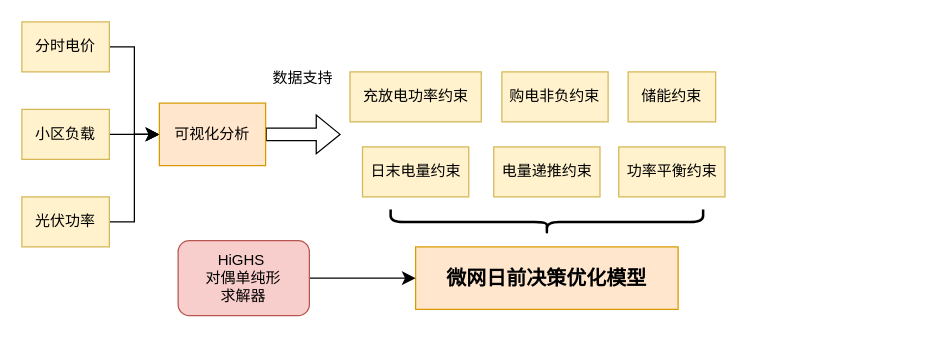
Above: page "第 1 页" (1 of 4) of 国赛绘图.drawio in xinlanzi/Induisal-design (draw.io), before the change. Source tidied: cells renumbered, new cells numbered last; positions are measured from the earlier drawing's top-left corner, leaving out a move shared by most shapes. Both pictures are drawn from the tidied source at 125%, with x=0, y=0 at pixel (21, 21).
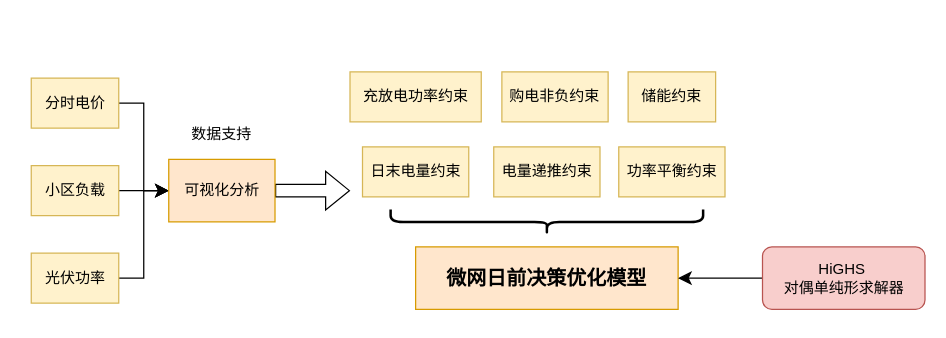
The same diagram, later.

The change refers to these unchanged cells:
```xml
<mxCell id="17" value="&lt;b&gt;&lt;font style=&quot;font-size: 16px;&quot;&gt;微网日前决策优化模型&lt;/font&gt;&lt;/b&gt;" style="rounded=0;whiteSpace=wrap;html=1;fillColor=#ffe6cc;strokeColor=#d79b00;" parent="1" vertex="1">
  <mxGeometry x="315" y="180" width="210" height="50" as="geometry" />
</mxCell>
```

The edit, as a diff of the source:
```diff
@@
     <mxCell id="3" value="分时电价" style="rounded=0;whiteSpace=wrap;html=1;fillColor=#fff2cc;strokeColor=#d6b656;" parent="1" vertex="1">
-      <mxGeometry width="70" height="40" as="geometry" />
+      <mxGeometry x="7.5" y="45" width="70" height="40" as="geometry" />
     </mxCell>
@@
     <mxCell id="5" value="小区负载" style="rounded=0;whiteSpace=wrap;html=1;fillColor=#fff2cc;strokeColor=#d6b656;" parent="1" vertex="1">
-      <mxGeometry y="70" width="70" height="40" as="geometry" />
+      <mxGeometry x="7.5" y="115" width="70" height="40" as="geometry" />
     </mxCell>
@@
     <mxCell id="7" value="光伏功率" style="rounded=0;whiteSpace=wrap;html=1;fillColor=#fff2cc;strokeColor=#d6b656;" parent="1" vertex="1">
-      <mxGeometry y="140" width="70" height="40" as="geometry" />
+      <mxGeometry x="7.5" y="185" width="70" height="40" as="geometry" />
     </mxCell>
     <mxCell id="8" style="edgeStyle=none;curved=1;rounded=0;jettySize=auto;html=1;exitX=1;exitY=0.5;exitDx=0;exitDy=0;fontSize=12;shape=flexArrow;" parent="1" edge="1" source="9">
       <mxGeometry relative="1" as="geometry">
-        <mxPoint x="255" y="90" as="targetPoint" />
+        <mxPoint x="262.5" y="135" as="targetPoint" />
       </mxGeometry>
     </mxCell>
     <mxCell id="9" value="可视化分析" style="rounded=0;whiteSpace=wrap;html=1;fillColor=#ffe6cc;strokeColor=#d79b00;" parent="1" vertex="1">
-      <mxGeometry x="110" y="65" width="85" height="50" as="geometry" />
+      <mxGeometry x="117.5" y="110" width="85" height="50" as="geometry" />
     </mxCell>
@@
     <mxCell id="18" value="数据支持" style="text;html=1;whiteSpace=wrap;strokeColor=none;fillColor=none;align=center;verticalAlign=middle;rounded=0;" parent="1" vertex="1">
-      <mxGeometry x="195" y="30" width="60" height="30" as="geometry" />
+      <mxGeometry x="130" y="75" width="60" height="30" as="geometry" />
     </mxCell>
-    <mxCell id="19" style="edgeStyle=none;curved=1;rounded=0;jettySize=auto;html=1;exitX=0;exitY=0.5;exitDx=0;exitDy=0;entryX=0;entryY=0.5;entryDx=0;entryDy=0;fontSize=12;startSize=8;endSize=8;" parent="1" edge="1" source="20" target="17">
+    <mxCell id="19" style="edgeStyle=none;curved=1;rounded=0;jettySize=auto;html=1;exitX=0;exitY=0.5;exitDx=0;exitDy=0;entryX=1;entryY=0.5;entryDx=0;entryDy=0;fontSize=12;startSize=8;endSize=8;" parent="1" edge="1" source="20" target="17">
       <mxGeometry relative="1" as="geometry" />
     </mxCell>
-    <mxCell id="20" value="HiGHS&amp;nbsp;&lt;div&gt;对偶单纯形&lt;/div&gt;&lt;div&gt;求解器&lt;/div&gt;" style="rounded=1;whiteSpace=wrap;html=1;fillColor=#f8cecc;strokeColor=#b85450;" parent="1" vertex="1">
-      <mxGeometry x="125" y="175" width="105" height="60" as="geometry" />
+    <mxCell id="20" value="HiGHS&amp;nbsp;&lt;div&gt;对偶单纯形&lt;span style=&quot;background-color: transparent; color: light-dark(rgb(0, 0, 0), rgb(255, 255, 255));&quot;&gt;求解器&lt;/span&gt;&lt;/div&gt;" style="rounded=1;whiteSpace=wrap;html=1;fillColor=#f8cecc;strokeColor=#b85450;" parent="1" vertex="1">
+      <mxGeometry x="592.5" y="180" width="130" height="50" as="geometry" />
     </mxCell>
```
